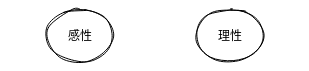
Above: 笔记/工具/哲学/Untitled Diagram.svg in Echo-Yanglulu/obsidianPrivateNote (draw.io), before the change. Source tidied: cells renumbered, new cells last; positions are measured from the earlier drawing's top-left corner, leaving out a move shared by most shapes.
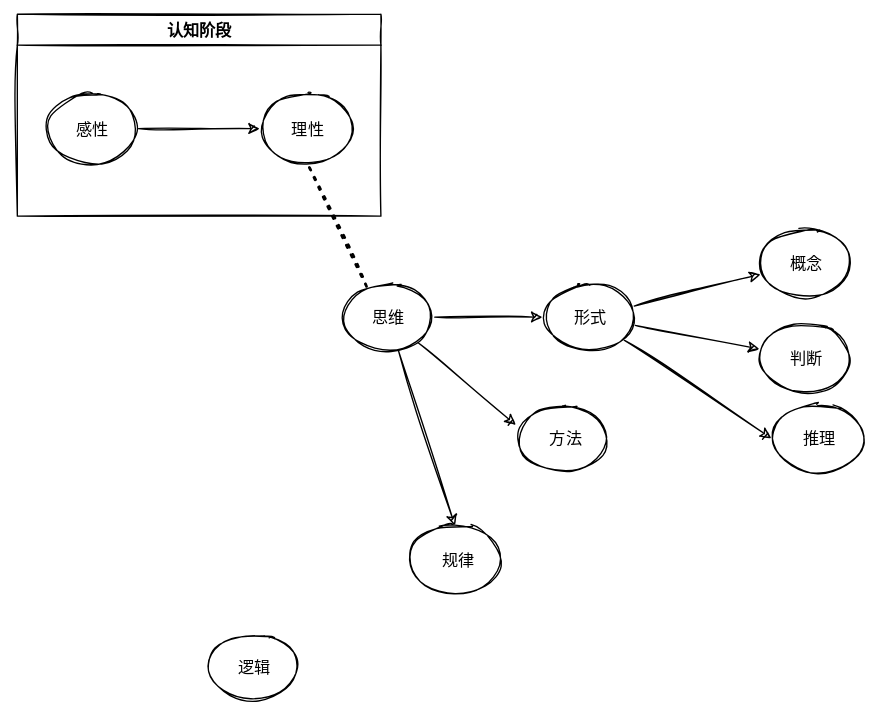
The same diagram one commit later.

The edit, as a diff of the source:
```diff
@@ -2,11 +2,62 @@
   <root>
     <mxCell id="0" />
     <mxCell id="1" parent="0" />
+    <mxCell id="4" value="认知阶段" style="swimlane;" parent="1" vertex="1">
+      <mxGeometry x="-50" y="-250" width="270" height="150" as="geometry" />
+    </mxCell>
+    <mxCell id="5" style="edgeStyle=none;html=1;entryX=0;entryY=0.5;entryDx=0;entryDy=0;" parent="4" edge="1" source="2" target="3">
+      <mxGeometry relative="1" as="geometry" />
+    </mxCell>
-    <mxCell id="2" value="感性" style="ellipse;whiteSpace=wrap;html=1;" parent="1" vertex="1">
-      <mxGeometry width="70" height="50" as="geometry" />
+    <mxCell id="2" value="感性" style="ellipse;whiteSpace=wrap;html=1;" parent="4" vertex="1">
+      <mxGeometry x="20" y="60" width="70" height="50" as="geometry" />
     </mxCell>
-    <mxCell id="3" value="理性" style="ellipse;whiteSpace=wrap;html=1;" parent="1" vertex="1">
-      <mxGeometry x="150" width="70" height="50" as="geometry" />
+    <mxCell id="3" value="理性" style="ellipse;whiteSpace=wrap;html=1;" parent="4" vertex="1">
+      <mxGeometry x="180" y="60" width="70" height="50" as="geometry" />
     </mxCell>
+    <mxCell id="6" value="逻辑" style="ellipse;whiteSpace=wrap;html=1;" parent="1" vertex="1">
+      <mxGeometry x="90" y="210" width="70" height="50" as="geometry" />
+    </mxCell>
+    <mxCell id="7" style="edgeStyle=none;html=1;entryX=0.5;entryY=0;entryDx=0;entryDy=0;" parent="1" edge="1" source="10" target="12">
+      <mxGeometry relative="1" as="geometry" />
+    </mxCell>
+    <mxCell id="8" style="edgeStyle=none;html=1;entryX=0.003;entryY=0.302;entryDx=0;entryDy=0;entryPerimeter=0;" parent="1" edge="1" source="10" target="13">
+      <mxGeometry relative="1" as="geometry" />
+    </mxCell>
+    <mxCell id="9" style="edgeStyle=none;html=1;entryX=0;entryY=0.5;entryDx=0;entryDy=0;" parent="1" edge="1" source="10" target="17">
+      <mxGeometry relative="1" as="geometry" />
+    </mxCell>
+    <mxCell id="10" value="思维" style="ellipse;whiteSpace=wrap;html=1;" parent="1" vertex="1">
+      <mxGeometry x="190" y="-50" width="70" height="50" as="geometry" />
+    </mxCell>
+    <mxCell id="11" style="endArrow=none;dashed=1;html=1;dashPattern=1 3;strokeWidth=2;exitX=0.276;exitY=0.044;exitDx=0;exitDy=0;entryX=0.5;entryY=1;entryDx=0;entryDy=0;exitPerimeter=0;" parent="1" edge="1" source="10" target="3">
+      <mxGeometry relative="1" as="geometry" />
+    </mxCell>
+    <mxCell id="12" value="&amp;nbsp;规律" style="ellipse;whiteSpace=wrap;html=1;" parent="1" vertex="1">
+      <mxGeometry x="240" y="130" width="70" height="50" as="geometry" />
+    </mxCell>
+    <mxCell id="13" value="&amp;nbsp;方法" style="ellipse;whiteSpace=wrap;html=1;" parent="1" vertex="1">
+      <mxGeometry x="320" y="40" width="70" height="50" as="geometry" />
+    </mxCell>
+    <mxCell id="14" style="edgeStyle=none;html=1;" parent="1" edge="1" source="17" target="18">
+      <mxGeometry relative="1" as="geometry" />
+    </mxCell>
+    <mxCell id="15" style="edgeStyle=none;html=1;entryX=0;entryY=0.5;entryDx=0;entryDy=0;" parent="1" edge="1" source="17" target="19">
+      <mxGeometry relative="1" as="geometry" />
+    </mxCell>
+    <mxCell id="16" style="edgeStyle=none;html=1;" parent="1" edge="1" source="17" target="20">
+      <mxGeometry relative="1" as="geometry" />
+    </mxCell>
+    <mxCell id="17" value="形式" style="ellipse;whiteSpace=wrap;html=1;" parent="1" vertex="1">
+      <mxGeometry x="340" y="-50" width="70" height="50" as="geometry" />
+    </mxCell>
+    <mxCell id="18" value="概念" style="ellipse;whiteSpace=wrap;html=1;" parent="1" vertex="1">
+      <mxGeometry x="500" y="-90" width="70" height="50" as="geometry" />
+    </mxCell>
+    <mxCell id="19" value="推理" style="ellipse;whiteSpace=wrap;html=1;" parent="1" vertex="1">
+      <mxGeometry x="510" y="40" width="70" height="50" as="geometry" />
+    </mxCell>
+    <mxCell id="20" value="判断" style="ellipse;whiteSpace=wrap;html=1;" parent="1" vertex="1">
+      <mxGeometry x="500" y="-20" width="70" height="50" as="geometry" />
+    </mxCell>
   </root>
 </mxGraphModel>
```
